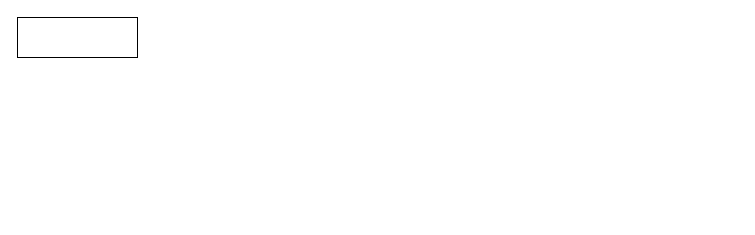
Before: Momentum/MomentumTerminal.drawio in oid85/Oid85.FinMarket.KnowledgeBase, a draw.io diagram. Source tidied: cells renumbered, new cells numbered last; positions are measured from the earlier drawing's top-left corner, leaving out a move shared by most shapes. Both pictures are drawn from the tidied source at 100%, with x=0, y=0 at pixel (17, 17).
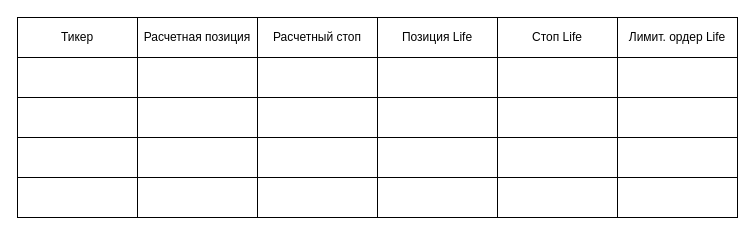
The same diagram, later.

What changed in the source:
```diff
@@
-    <mxCell id="2" style="rounded=0;whiteSpace=wrap;html=1;" parent="1" vertex="1">
+    <mxCell id="2" value="Тикер" style="rounded=0;whiteSpace=wrap;html=1;" parent="1" vertex="1">
       <mxGeometry width="120" height="40" as="geometry" />
     </mxCell>
+    <mxCell id="3" value="Расчетная позиция" style="rounded=0;whiteSpace=wrap;html=1;" parent="1" vertex="1">
+      <mxGeometry x="120" width="120" height="40" as="geometry" />
+    </mxCell>
+    <mxCell id="4" value="Расчетный стоп" style="rounded=0;whiteSpace=wrap;html=1;" parent="1" vertex="1">
+      <mxGeometry x="240" width="120" height="40" as="geometry" />
+    </mxCell>
+    <mxCell id="5" value="Позиция Life" style="rounded=0;whiteSpace=wrap;html=1;" parent="1" vertex="1">
+      <mxGeometry x="360" width="120" height="40" as="geometry" />
+    </mxCell>
+    <mxCell id="6" value="Стоп Life" style="rounded=0;whiteSpace=wrap;html=1;" parent="1" vertex="1">
+      <mxGeometry x="480" width="120" height="40" as="geometry" />
+    </mxCell>
+    <mxCell id="7" style="rounded=0;whiteSpace=wrap;html=1;" parent="1" vertex="1">
+      <mxGeometry y="40" width="120" height="40" as="geometry" />
+    </mxCell>
+    <mxCell id="8" style="rounded=0;whiteSpace=wrap;html=1;" parent="1" vertex="1">
+      <mxGeometry x="120" y="40" width="120" height="40" as="geometry" />
+    </mxCell>
+    <mxCell id="9" style="rounded=0;whiteSpace=wrap;html=1;" parent="1" vertex="1">
+      <mxGeometry x="240" y="40" width="120" height="40" as="geometry" />
+    </mxCell>
+    <mxCell id="10" style="rounded=0;whiteSpace=wrap;html=1;" parent="1" vertex="1">
+      <mxGeometry x="360" y="40" width="120" height="40" as="geometry" />
+    </mxCell>
+    <mxCell id="11" style="rounded=0;whiteSpace=wrap;html=1;" parent="1" vertex="1">
+      <mxGeometry x="480" y="40" width="120" height="40" as="geometry" />
+    </mxCell>
+    <mxCell id="12" style="rounded=0;whiteSpace=wrap;html=1;" parent="1" vertex="1">
+      <mxGeometry y="80" width="120" height="40" as="geometry" />
+    </mxCell>
+    <mxCell id="13" style="rounded=0;whiteSpace=wrap;html=1;" parent="1" vertex="1">
+      <mxGeometry x="120" y="80" width="120" height="40" as="geometry" />
+    </mxCell>
+    <mxCell id="14" style="rounded=0;whiteSpace=wrap;html=1;" parent="1" vertex="1">
+      <mxGeometry x="240" y="80" width="120" height="40" as="geometry" />
+    </mxCell>
+    <mxCell id="15" style="rounded=0;whiteSpace=wrap;html=1;" parent="1" vertex="1">
+      <mxGeometry x="360" y="80" width="120" height="40" as="geometry" />
+    </mxCell>
+    <mxCell id="16" style="rounded=0;whiteSpace=wrap;html=1;" parent="1" vertex="1">
+      <mxGeometry x="480" y="80" width="120" height="40" as="geometry" />
+    </mxCell>
+    <mxCell id="17" style="rounded=0;whiteSpace=wrap;html=1;" parent="1" vertex="1">
+      <mxGeometry y="120" width="120" height="40" as="geometry" />
+    </mxCell>
+    <mxCell id="18" style="rounded=0;whiteSpace=wrap;html=1;" parent="1" vertex="1">
+      <mxGeometry x="120" y="120" width="120" height="40" as="geometry" />
+    </mxCell>
+    <mxCell id="19" style="rounded=0;whiteSpace=wrap;html=1;" parent="1" vertex="1">
+      <mxGeometry x="240" y="120" width="120" height="40" as="geometry" />
+    </mxCell>
+    <mxCell id="20" style="rounded=0;whiteSpace=wrap;html=1;" parent="1" vertex="1">
+      <mxGeometry x="360" y="120" width="120" height="40" as="geometry" />
+    </mxCell>
+    <mxCell id="21" style="rounded=0;whiteSpace=wrap;html=1;" parent="1" vertex="1">
+      <mxGeometry x="480" y="120" width="120" height="40" as="geometry" />
+    </mxCell>
+    <mxCell id="22" style="rounded=0;whiteSpace=wrap;html=1;" parent="1" vertex="1">
+      <mxGeometry y="160" width="120" height="40" as="geometry" />
+    </mxCell>
+    <mxCell id="23" style="rounded=0;whiteSpace=wrap;html=1;" parent="1" vertex="1">
+      <mxGeometry x="120" y="160" width="120" height="40" as="geometry" />
+    </mxCell>
+    <mxCell id="24" style="rounded=0;whiteSpace=wrap;html=1;" parent="1" vertex="1">
+      <mxGeometry x="240" y="160" width="120" height="40" as="geometry" />
+    </mxCell>
+    <mxCell id="25" style="rounded=0;whiteSpace=wrap;html=1;" parent="1" vertex="1">
+      <mxGeometry x="360" y="160" width="120" height="40" as="geometry" />
+    </mxCell>
+    <mxCell id="26" style="rounded=0;whiteSpace=wrap;html=1;" parent="1" vertex="1">
+      <mxGeometry x="480" y="160" width="120" height="40" as="geometry" />
+    </mxCell>
+    <mxCell id="27" value="Лимит. ордер Life" style="rounded=0;whiteSpace=wrap;html=1;" parent="1" vertex="1">
+      <mxGeometry x="600" width="120" height="40" as="geometry" />
+    </mxCell>
+    <mxCell id="28" style="rounded=0;whiteSpace=wrap;html=1;" parent="1" vertex="1">
+      <mxGeometry x="600" y="40" width="120" height="40" as="geometry" />
+    </mxCell>
+    <mxCell id="29" style="rounded=0;whiteSpace=wrap;html=1;" parent="1" vertex="1">
+      <mxGeometry x="600" y="80" width="120" height="40" as="geometry" />
+    </mxCell>
+    <mxCell id="30" style="rounded=0;whiteSpace=wrap;html=1;" parent="1" vertex="1">
+      <mxGeometry x="600" y="120" width="120" height="40" as="geometry" />
+    </mxCell>
+    <mxCell id="31" style="rounded=0;whiteSpace=wrap;html=1;" parent="1" vertex="1">
+      <mxGeometry x="600" y="160" width="120" height="40" as="geometry" />
+    </mxCell>
```
